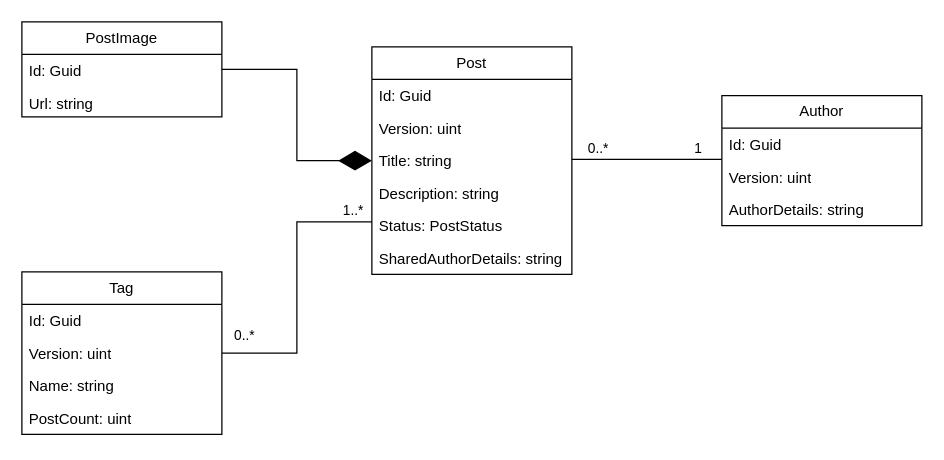
This is src/AlledrogO.Post/Alledrogo_relations.drawio from JasinskiR/AlledrogO.LX_backend, a draw.io file, before an edit. Source tidied: cells renumbered, new cells numbered last; positions are measured from the earlier drawing's top-left corner, leaving out a move shared by most shapes. Both pictures are drawn from the tidied source at 125%, with x=0, y=0 at pixel (21, 21).
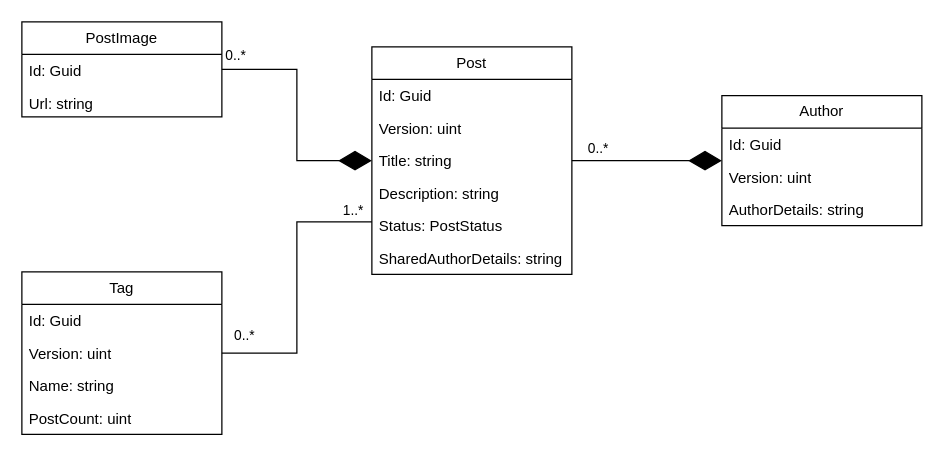
The same page after the edit.

Unchanged cells that the change refers to:
```xml
<mxCell id="2" value="Post" style="swimlane;fontStyle=0;horizontal=1;startSize=26;fillColor=none;whiteSpace=wrap;html=1;" parent="1" vertex="1">
  <mxGeometry x="280" y="20" width="160" height="182" as="geometry" />
</mxCell>
<mxCell id="12" style="endArrow=diamondThin;endFill=1;endSize=24;html=1;rounded=0;edgeStyle=orthogonalEdgeStyle;" parent="1" edge="1" source="9" target="2">
  <mxGeometry relative="1" as="geometry" />
</mxCell>
<mxCell id="21" value="Author" style="swimlane;fontStyle=0;horizontal=1;startSize=26;fillColor=none;whiteSpace=wrap;html=1;" parent="1" vertex="1">
  <mxGeometry x="560" y="59" width="160" height="104" as="geometry" />
</mxCell>
```

Diff of the diagram source:
```diff
@@
+    <mxCell id="28" value="0..*" style="edgeLabel;html=1;align=center;verticalAlign=middle;" parent="12" vertex="1">
+      <mxGeometry x="-0.9" relative="1" as="geometry">
+        <mxPoint y="-12" as="offset" />
+      </mxGeometry>
+    </mxCell>
@@
-    <mxCell id="25" style="edgeStyle=orthogonalEdgeStyle;rounded=0;jettySize=auto;html=1;endArrow=none;endFill=0;" parent="1" edge="1" source="2" target="21">
-      <mxGeometry relative="1" as="geometry">
-        <Array as="points">
-          <mxPoint x="540" y="110" />
-          <mxPoint x="540" y="110" />
-        </Array>
-      </mxGeometry>
+    <mxCell id="25" style="endArrow=diamondThin;endFill=1;endSize=24;html=1;rounded=0;edgeStyle=orthogonalEdgeStyle;" parent="1" edge="1" source="2" target="21">
+      <mxGeometry relative="1" as="geometry" />
     </mxCell>
-    <mxCell id="26" value="1" style="edgeLabel;html=1;align=center;verticalAlign=middle;" parent="25" vertex="1">
-      <mxGeometry x="0.86" y="1" relative="1" as="geometry">
-        <mxPoint x="-12" y="-9" as="offset" />
-      </mxGeometry>
-    </mxCell>
-    <mxCell id="27" value="0..*" style="edgeLabel;html=1;align=center;verticalAlign=middle;" parent="25" vertex="1">
-      <mxGeometry x="-0.85" y="1" relative="1" as="geometry">
-        <mxPoint x="11" y="-9" as="offset" />
-      </mxGeometry>
-    </mxCell>
+    <mxCell id="29" value="0..*" style="edgeLabel;html=1;align=center;verticalAlign=middle;" parent="25" vertex="1">
+      <mxGeometry x="-0.9" relative="1" as="geometry">
+        <mxPoint x="14" y="-11" as="offset" />
+      </mxGeometry>
+    </mxCell>
```
